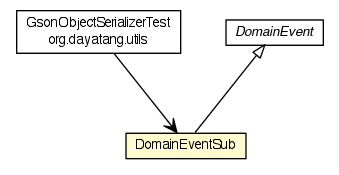
This is testapidocs/org/dayatang/utils/support/DomainEventSub.png from dayatang/dddlib, a Graphviz export, as it was before one commit. Its source is kept beside it as testapidocs/org/dayatang/utils/support/DomainEventSub.dot.
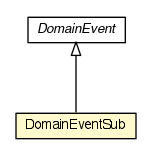
The same diagram one commit later.

Diff of the diagram source:
```diff
@@ -4,22 +4,15 @@
 	node [fontname="Helvetica",fontsize=10,shape=plaintext];
 	nodesep=0.25;
 	ranksep=0.5;
-	c22146 [label=<<table title="org.dayatang.utils.GsonObjectSerializerTest" border="0" cellborder="1" cellspacing="0" cellpadding="2" port="p" href="../GsonObjectSerializerTest.html">
-		<tr><td><table border="0" cellspacing="0" cellpadding="1">
-<tr><td align="center" balign="center"> GsonObjectSerializerTest </td></tr>
-<tr><td align="center" balign="center"> org.dayatang.utils </td></tr>
-		</table></td></tr>
-		</table>>, URL="../GsonObjectSerializerTest.html", fontname="Helvetica", fontcolor="black", fontsize=10.0];
-	c22156 [label=<<table title="org.dayatang.utils.support.DomainEventSub" border="0" cellborder="1" cellspacing="0" cellpadding="2" port="p" bgcolor="lemonChiffon" href="./DomainEventSub.html">
+	c21892 [label=<<table title="org.dayatang.utils.support.DomainEventSub" border="0" cellborder="1" cellspacing="0" cellpadding="2" port="p" bgcolor="lemonChiffon" href="./DomainEventSub.html">
 		<tr><td><table border="0" cellspacing="0" cellpadding="1">
 <tr><td align="center" balign="center"> DomainEventSub </td></tr>
 		</table></td></tr>
 		</table>>, URL="./DomainEventSub.html", fontname="Helvetica", fontcolor="black", fontsize=10.0];
-	c22157 [label=<<table title="org.dayatang.utils.support.DomainEvent" border="0" cellborder="1" cellspacing="0" cellpadding="2" port="p" href="./DomainEvent.html">
+	c21893 [label=<<table title="org.dayatang.utils.support.DomainEvent" border="0" cellborder="1" cellspacing="0" cellpadding="2" port="p" href="./DomainEvent.html">
 		<tr><td><table border="0" cellspacing="0" cellpadding="1">
 <tr><td align="center" balign="center"><font face="Helvetica-Oblique"> DomainEvent </font></td></tr>
 		</table></td></tr>
 		</table>>, URL="./DomainEvent.html", fontname="Helvetica", fontcolor="black", fontsize=10.0];
-	c22157:p -> c22156:p [dir=back,arrowtail=empty];
-	c22146:p -> c22156:p [taillabel="", label=" "headlabel="", fontname="Helvetica", fontcolor="black", fontsize=10.0, color="black", arrowhead=open];
+	c21893:p -> c21892:p [dir=back,arrowtail=empty];
 }
```
